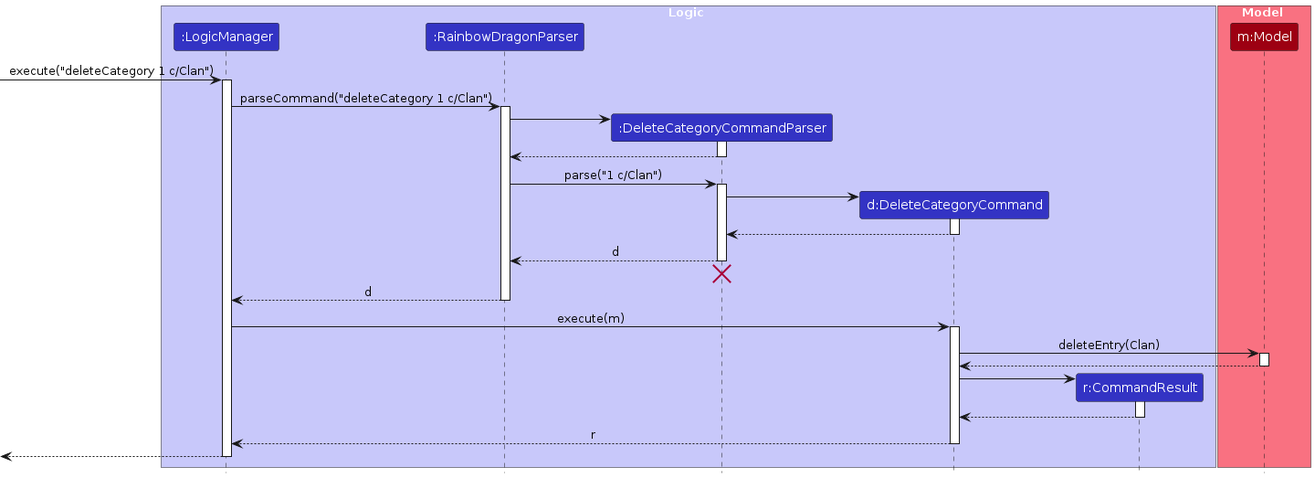
This is diagrams/DeleteCategorySequenceDiagram.png from AY2324S2-CS2103T-W13-3/tp, a PlantUML export, as it was before one commit. Its source is kept beside it as diagrams/DeleteCategorySequenceDiagram.puml.
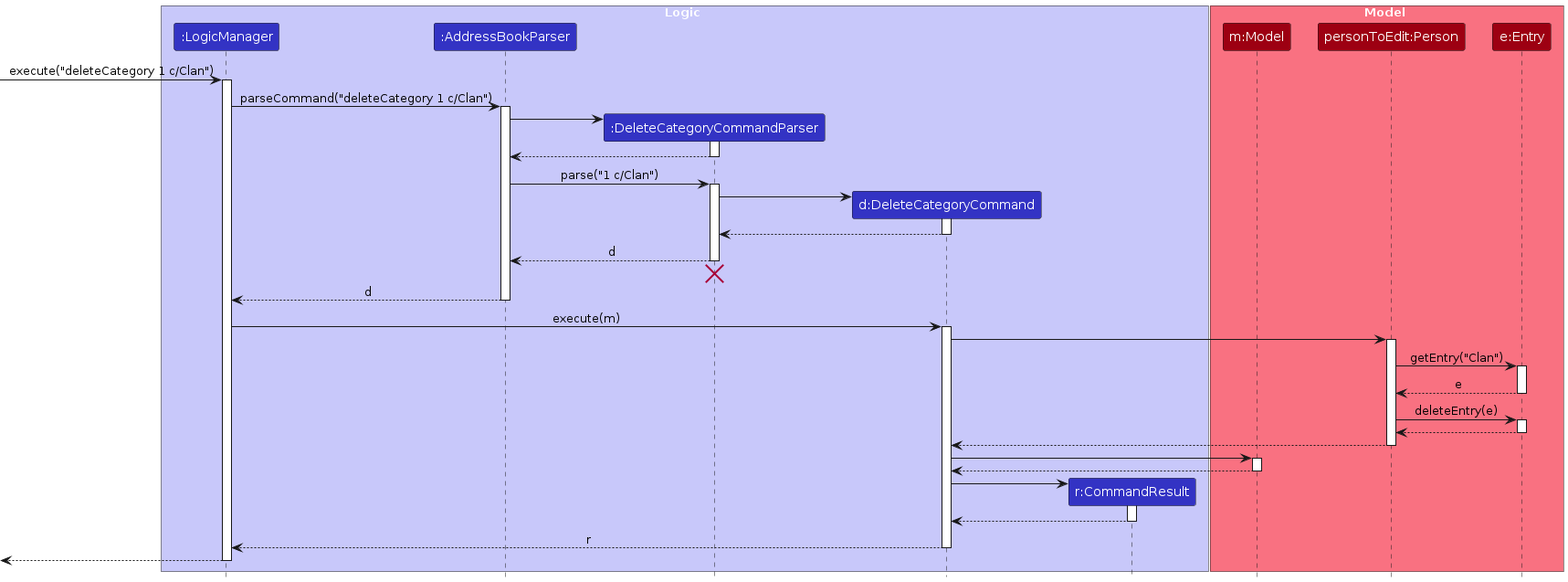
Later version of the same file.

Change to the diagram source:
```diff
@@ -4,7 +4,7 @@
 
 box Logic LOGIC_COLOR_T1
 participant ":LogicManager" as LogicManager LOGIC_COLOR
-participant ":RainbowDragonParser" as RainbowDragonParser LOGIC_COLOR
+participant ":AddressBookParser" as AddressBookParser LOGIC_COLOR
 participant ":DeleteCategoryCommandParser" as DeleteCategoryCommandParser LOGIC_COLOR
 participant "d:DeleteCategoryCommand" as DeleteCategoryCommand LOGIC_COLOR
 participant "r:CommandResult" as CommandResult LOGIC_COLOR
@@ -12,22 +12,24 @@
 
 box Model MODEL_COLOR_T1
 participant "m:Model" as Model MODEL_COLOR
+participant "personToEdit:Person" as Person MODEL_COLOR
+participant "e:Entry" as Entry MODEL_COLOR
 end box
 
 [-> LogicManager : execute("deleteCategory 1 c/Clan")
 activate LogicManager
 
-LogicManager -> RainbowDragonParser : parseCommand("deleteCategory 1 c/Clan")
-activate RainbowDragonParser
+LogicManager -> AddressBookParser : parseCommand("deleteCategory 1 c/Clan")
+activate AddressBookParser
 
 create DeleteCategoryCommandParser
-RainbowDragonParser -> DeleteCategoryCommandParser
+AddressBookParser -> DeleteCategoryCommandParser
 activate DeleteCategoryCommandParser
 
-DeleteCategoryCommandParser --> RainbowDragonParser
+DeleteCategoryCommandParser --> AddressBookParser
 deactivate DeleteCategoryCommandParser
 
-RainbowDragonParser -> DeleteCategoryCommandParser : parse("1 c/Clan")
+AddressBookParser -> DeleteCategoryCommandParser : parse("1 c/Clan")
 activate DeleteCategoryCommandParser
 
 create DeleteCategoryCommand
@@ -37,18 +39,37 @@
 DeleteCategoryCommand --> DeleteCategoryCommandParser :
 deactivate DeleteCategoryCommand
 
-DeleteCategoryCommandParser --> RainbowDragonParser : d
+DeleteCategoryCommandParser --> AddressBookParser : d
 deactivate DeleteCategoryCommandParser
-DeleteCategoryCommandParser -[hidden]-> RainbowDragonParser
+DeleteCategoryCommandParser -[hidden]-> AddressBookParser
 destroy DeleteCategoryCommandParser
 
-RainbowDragonParser --> LogicManager : d
-deactivate RainbowDragonParser
+AddressBookParser --> LogicManager : d
+deactivate AddressBookParser
 
 LogicManager -> DeleteCategoryCommand : execute(m)
 activate DeleteCategoryCommand
 
-DeleteCategoryCommand -> Model : deleteEntry(Clan)
+
+DeleteCategoryCommand -> Person
+activate Person
+
+Person -> Entry : getEntry("Clan")
+activate Entry
+
+Entry --> Person : e
+deactivate Entry
+
+Person -> Entry : deleteEntry(e)
+activate Entry
+
+Entry --> Person
+deactivate Entry
+
+Person --> DeleteCategoryCommand
+deactivate Person
+
+DeleteCategoryCommand -> Model
 activate Model
 
 Model --> DeleteCategoryCommand
```
